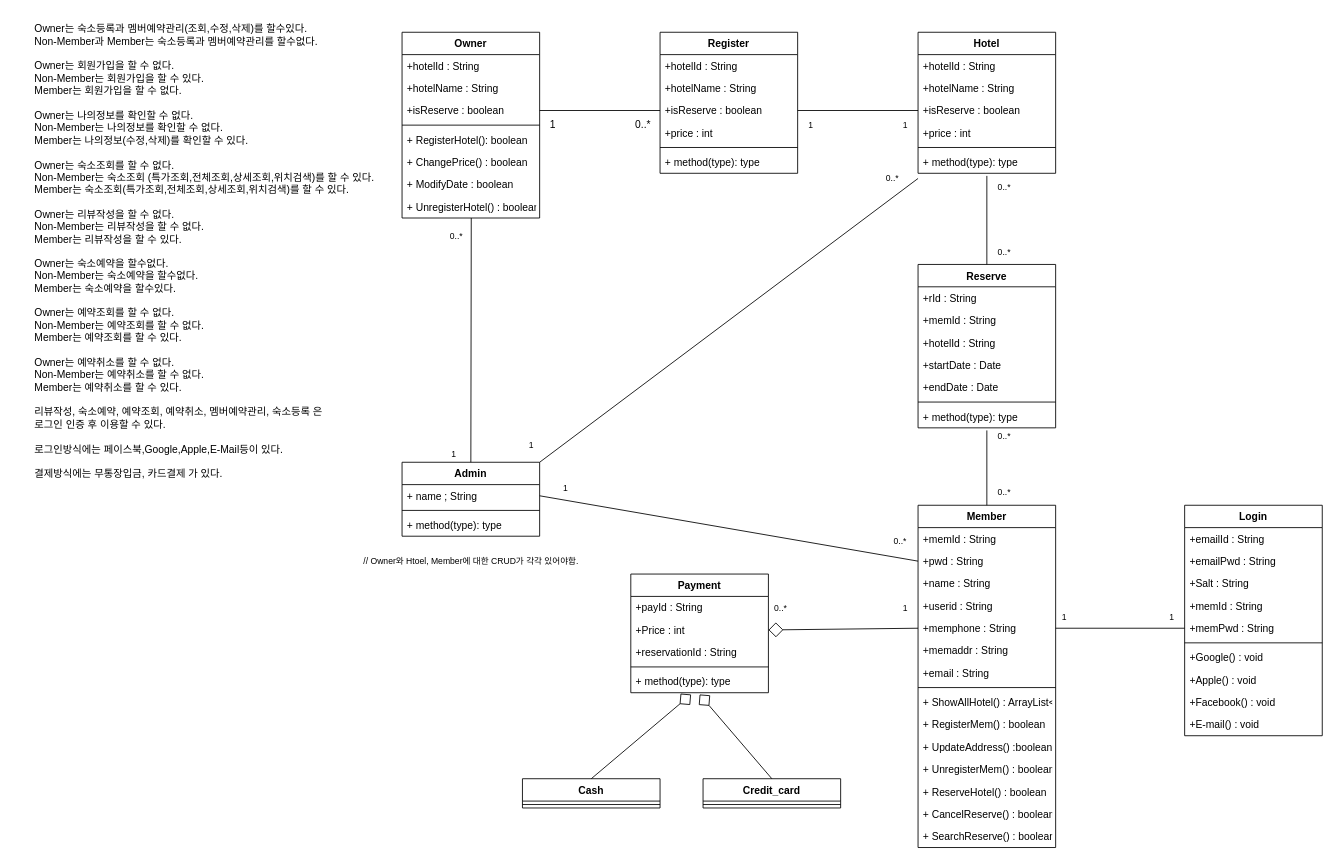
Before: page "CLASS DIAGRAM" (2 of 5) of src/HotelReservation_Diagram/HotelReservations.drawio in Anministar/JAVA_STUDYING, a draw.io diagram. Source tidied: cells renumbered, new cells numbered last; positions are measured from the earlier drawing's top-left corner, leaving out a move shared by most shapes. Both pictures are drawn from the tidied source at 86%, with x=0, y=0 at pixel (15, 15).
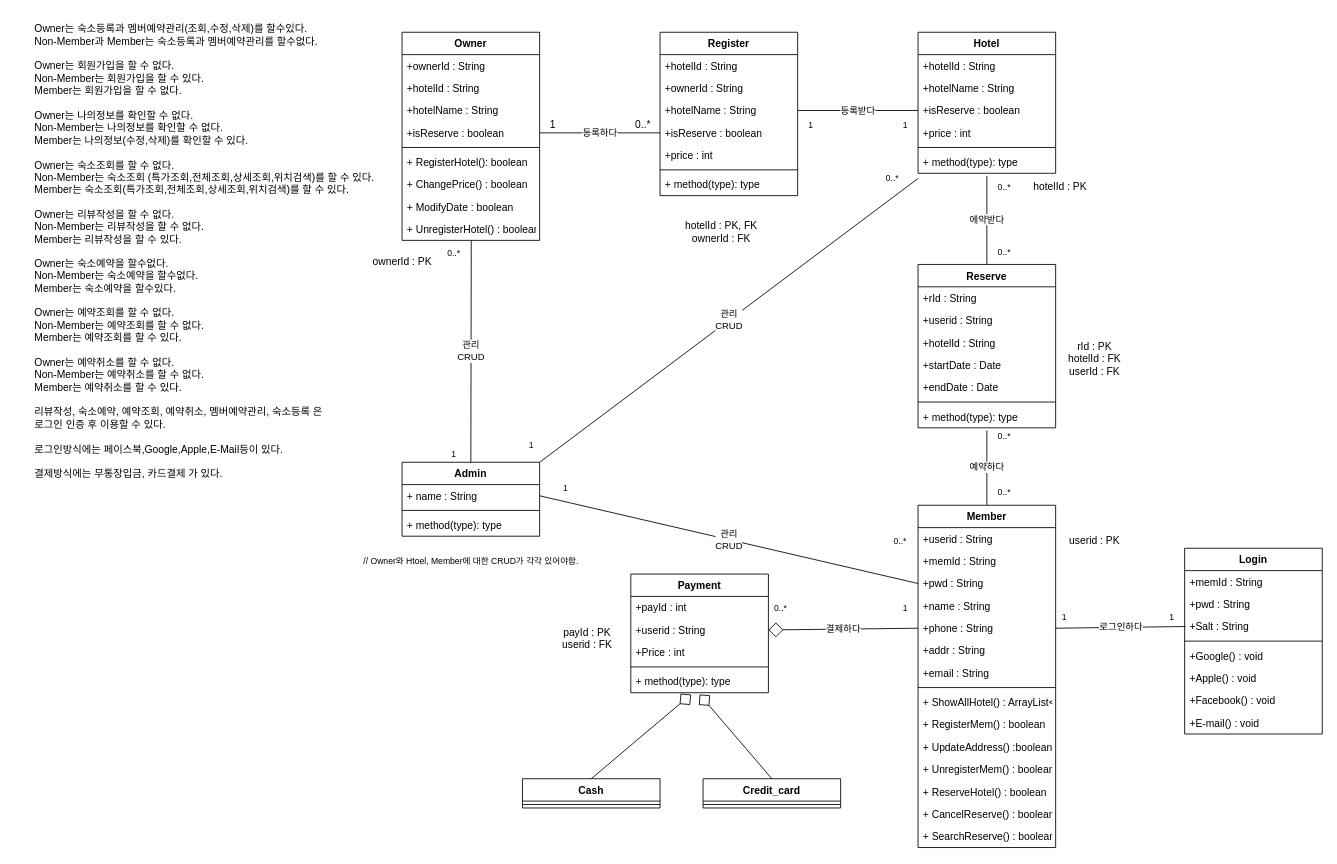
Above is the later version.

The change refers to these unchanged cells:
```xml
<mxCell id="3" value="Member" style="swimlane;fontStyle=1;align=center;verticalAlign=top;horizontal=1;startSize=26;" parent="1" vertex="1">
  <mxGeometry x="1050" y="570" width="160" height="398" as="geometry" />
</mxCell>
<mxCell id="22" value="+isReserve : boolean" style="text;strokeColor=none;fillColor=none;align=left;verticalAlign=top;spacingLeft=4;spacingRight=4;overflow=hidden;points=[[0,0.5],[1,0.5]];portConstraint=eastwest;" parent="19" vertex="1">
  <mxGeometry y="78" width="160" height="26" as="geometry" />
</mxCell>
<mxCell id="25" value="+ method(type): type" style="text;strokeColor=none;fillColor=none;align=left;verticalAlign=top;spacingLeft=4;spacingRight=4;overflow=hidden;points=[[0,0.5],[1,0.5]];portConstraint=eastwest;" parent="19" vertex="1">
  <mxGeometry y="138" width="160" height="26" as="geometry" />
</mxCell>
<mxCell id="26" value="Reserve" style="swimlane;fontStyle=1;align=center;verticalAlign=top;horizontal=1;startSize=26;" parent="1" vertex="1">
  <mxGeometry x="1050" y="290" width="160" height="190" as="geometry" />
</mxCell>
<mxCell id="33" value="+ method(type): type" style="text;strokeColor=none;fillColor=none;align=left;verticalAlign=top;spacingLeft=4;spacingRight=4;overflow=hidden;points=[[0,0.5],[1,0.5]];portConstraint=eastwest;" parent="26" vertex="1">
  <mxGeometry y="164" width="160" height="26" as="geometry" />
</mxCell>
<mxCell id="54" value="Payment" style="swimlane;fontStyle=1;align=center;verticalAlign=top;horizontal=1;startSize=26;" parent="1" vertex="1">
  <mxGeometry x="716" y="650" width="160" height="138" as="geometry" />
</mxCell>
<mxCell id="66" value="Admin" style="swimlane;fontStyle=1;align=center;verticalAlign=top;horizontal=1;startSize=26;" parent="1" vertex="1">
  <mxGeometry x="450" y="520" width="160" height="86" as="geometry" />
</mxCell>
<mxCell id="91" value="1" style="text;html=1;align=center;verticalAlign=middle;points=[];strokeColor=none;fillColor=none;fontSize=10;" parent="1" vertex="1">
  <mxGeometry x="1330" y="685" width="30" height="30" as="geometry" />
</mxCell>
```

Diff of the diagram source:
```diff
@@
+    <mxCell id="7" value="+userid : String" style="text;strokeColor=none;fillColor=none;align=left;verticalAlign=top;spacingLeft=4;spacingRight=4;overflow=hidden;" parent="3" vertex="1">
+      <mxGeometry y="26" width="160" height="26" as="geometry" />
+    </mxCell>
     <mxCell id="4" value="+memId : String" style="text;strokeColor=none;fillColor=none;align=left;verticalAlign=top;spacingLeft=4;spacingRight=4;overflow=hidden;" parent="3" vertex="1">
-      <mxGeometry y="26" width="160" height="26" as="geometry" />
+      <mxGeometry y="52" width="160" height="26" as="geometry" />
     </mxCell>
     <mxCell id="5" value="+pwd : String" style="text;strokeColor=none;fillColor=none;align=left;verticalAlign=top;spacingLeft=4;spacingRight=4;overflow=hidden;points=[[0,0.5],[1,0.5]];portConstraint=eastwest;" parent="3" vertex="1">
-      <mxGeometry y="52" width="160" height="26" as="geometry" />
+      <mxGeometry y="78" width="160" height="26" as="geometry" />
     </mxCell>
     <mxCell id="6" value="+name : String" style="text;strokeColor=none;fillColor=none;align=left;verticalAlign=top;spacingLeft=4;spacingRight=4;overflow=hidden;" parent="3" vertex="1">
-      <mxGeometry y="78" width="160" height="26" as="geometry" />
+      <mxGeometry y="104" width="160" height="26" as="geometry" />
     </mxCell>
-    <mxCell id="7" value="+userid : String" style="text;strokeColor=none;fillColor=none;align=left;verticalAlign=top;spacingLeft=4;spacingRight=4;overflow=hidden;" parent="3" vertex="1">
-      <mxGeometry y="104" width="160" height="26" as="geometry" />
-    </mxCell>
-    <mxCell id="8" value="+memphone : String" style="text;strokeColor=none;fillColor=none;align=left;verticalAlign=top;spacingLeft=4;spacingRight=4;overflow=hidden;points=[[0,0.5],[1,0.5]];portConstraint=eastwest;" parent="3" vertex="1">
+    <mxCell id="8" value="+phone : String" style="text;strokeColor=none;fillColor=none;align=left;verticalAlign=top;spacingLeft=4;spacingRight=4;overflow=hidden;points=[[0,0.5],[1,0.5]];portConstraint=eastwest;" parent="3" vertex="1">
       <mxGeometry y="130" width="160" height="26" as="geometry" />
     </mxCell>
-    <mxCell id="9" value="+memaddr : String" style="text;strokeColor=none;fillColor=none;align=left;verticalAlign=top;spacingLeft=4;spacingRight=4;overflow=hidden;" parent="3" vertex="1">
+    <mxCell id="9" value="+addr : String" style="text;strokeColor=none;fillColor=none;align=left;verticalAlign=top;spacingLeft=4;spacingRight=4;overflow=hidden;" parent="3" vertex="1">
       <mxGeometry y="156" width="160" height="26" as="geometry" />
     </mxCell>
@@
-    <mxCell id="28" value="+memId : String" style="text;strokeColor=none;fillColor=none;align=left;verticalAlign=top;spacingLeft=4;spacingRight=4;overflow=hidden;" parent="26" vertex="1">
+    <mxCell id="28" value="+userid : String" style="text;strokeColor=none;fillColor=none;align=left;verticalAlign=top;spacingLeft=4;spacingRight=4;overflow=hidden;" parent="26" vertex="1">
       <mxGeometry y="52" width="160" height="26" as="geometry" />
     </mxCell>
@@
     <mxCell id="34" value="Login" style="swimlane;fontStyle=1;align=center;verticalAlign=top;horizontal=1;startSize=26;" parent="1" vertex="1">
-      <mxGeometry x="1360" y="570" width="160" height="268" as="geometry" />
+      <mxGeometry x="1360" y="620" width="160" height="216" as="geometry" />
     </mxCell>
-    <mxCell id="35" value="+emailId : String" style="text;strokeColor=none;fillColor=none;align=left;verticalAlign=top;spacingLeft=4;spacingRight=4;overflow=hidden;" parent="34" vertex="1">
-      <mxGeometry y="26" width="160" height="26" as="geometry" />
-    </mxCell>
-    <mxCell id="36" value="+emailPwd : String" style="text;strokeColor=none;fillColor=none;align=left;verticalAlign=top;spacingLeft=4;spacingRight=4;overflow=hidden;" parent="34" vertex="1">
-      <mxGeometry y="52" width="160" height="26" as="geometry" />
-    </mxCell>
-    <mxCell id="37" value="+Salt : String" style="text;strokeColor=none;fillColor=none;align=left;verticalAlign=top;spacingLeft=4;spacingRight=4;overflow=hidden;" parent="34" vertex="1">
-      <mxGeometry y="78" width="160" height="26" as="geometry" />
-    </mxCell>
     <mxCell id="38" value="+memId : String" style="text;strokeColor=none;fillColor=none;align=left;verticalAlign=top;spacingLeft=4;spacingRight=4;overflow=hidden;" parent="34" vertex="1">
-      <mxGeometry y="104" width="160" height="26" as="geometry" />
+      <mxGeometry y="26" width="160" height="26" as="geometry" />
     </mxCell>
-    <mxCell id="39" value="+memPwd : String" style="text;strokeColor=none;fillColor=none;align=left;verticalAlign=top;spacingLeft=4;spacingRight=4;overflow=hidden;points=[[0,0.5],[1,0.5]];portConstraint=eastwest;" parent="34" vertex="1">
-      <mxGeometry y="130" width="160" height="26" as="geometry" />
+    <mxCell id="39" value="+pwd : String" style="text;strokeColor=none;fillColor=none;align=left;verticalAlign=top;spacingLeft=4;spacingRight=4;overflow=hidden;points=[[0,0.5],[1,0.5]];portConstraint=eastwest;" parent="34" vertex="1">
+      <mxGeometry y="52" width="160" height="26" as="geometry" />
     </mxCell>
+    <mxCell id="37" value="+Salt : String" style="text;strokeColor=none;fillColor=none;align=left;verticalAlign=top;spacingLeft=4;spacingRight=4;overflow=hidden;" parent="34" vertex="1">
+      <mxGeometry y="78" width="160" height="26" as="geometry" />
+    </mxCell>
     <mxCell id="40" style="line;strokeWidth=1;fillColor=none;align=left;verticalAlign=middle;spacingTop=-1;spacingLeft=3;spacingRight=3;labelPosition=right;strokeColor=inherit;" parent="34" vertex="1">
-      <mxGeometry y="156" width="160" height="8" as="geometry" />
+      <mxGeometry y="104" width="160" height="8" as="geometry" />
     </mxCell>
     <mxCell id="41" value="+Google() : void" style="text;strokeColor=none;fillColor=none;align=left;verticalAlign=top;spacingLeft=4;spacingRight=4;overflow=hidden;" parent="34" vertex="1">
-      <mxGeometry y="164" width="160" height="26" as="geometry" />
+      <mxGeometry y="112" width="160" height="26" as="geometry" />
     </mxCell>
     <mxCell id="42" value="+Apple() : void" style="text;strokeColor=none;fillColor=none;align=left;verticalAlign=top;spacingLeft=4;spacingRight=4;overflow=hidden;" parent="34" vertex="1">
-      <mxGeometry y="190" width="160" height="26" as="geometry" />
+      <mxGeometry y="138" width="160" height="26" as="geometry" />
     </mxCell>
     <mxCell id="43" value="+Facebook() : void" style="text;strokeColor=none;fillColor=none;align=left;verticalAlign=top;spacingLeft=4;spacingRight=4;overflow=hidden;" parent="34" vertex="1">
-      <mxGeometry y="216" width="160" height="26" as="geometry" />
+      <mxGeometry y="164" width="160" height="26" as="geometry" />
     </mxCell>
     <mxCell id="44" value="+E-mail() : void" style="text;strokeColor=none;fillColor=none;align=left;verticalAlign=top;spacingLeft=4;spacingRight=4;overflow=hidden;" parent="34" vertex="1">
-      <mxGeometry y="242" width="160" height="26" as="geometry" />
+      <mxGeometry y="190" width="160" height="26" as="geometry" />
     </mxCell>
     <mxCell id="45" value="Owner" style="swimlane;fontStyle=1;align=center;verticalAlign=top;horizontal=1;startSize=26;" parent="1" vertex="1">
-      <mxGeometry x="450" y="20" width="160" height="216" as="geometry" />
+      <mxGeometry x="450" y="20" width="160" height="242" as="geometry" />
     </mxCell>
+    <mxCell id="105" value="+ownerId : String" style="text;strokeColor=none;fillColor=none;align=left;verticalAlign=top;spacingLeft=4;spacingRight=4;overflow=hidden;" parent="45" vertex="1">
+      <mxGeometry y="26" width="160" height="26" as="geometry" />
+    </mxCell>
     <mxCell id="46" value="+hotelId : String" style="text;strokeColor=none;fillColor=none;align=left;verticalAlign=top;spacingLeft=4;spacingRight=4;overflow=hidden;" parent="45" vertex="1">
-      <mxGeometry y="26" width="160" height="26" as="geometry" />
+      <mxGeometry y="52" width="160" height="26" as="geometry" />
     </mxCell>
     <mxCell id="47" value="+hotelName : String" style="text;strokeColor=none;fillColor=none;align=left;verticalAlign=top;spacingLeft=4;spacingRight=4;overflow=hidden;" parent="45" vertex="1">
-      <mxGeometry y="52" width="160" height="26" as="geometry" />
+      <mxGeometry y="78" width="160" height="26" as="geometry" />
     </mxCell>
     <mxCell id="48" value="+isReserve : boolean" style="text;strokeColor=none;fillColor=none;align=left;verticalAlign=top;spacingLeft=4;spacingRight=4;overflow=hidden;points=[[0,0.5],[1,0.5]];portConstraint=eastwest;" parent="45" vertex="1">
-      <mxGeometry y="78" width="160" height="26" as="geometry" />
+      <mxGeometry y="104" width="160" height="26" as="geometry" />
     </mxCell>
     <mxCell id="49" style="line;strokeWidth=1;fillColor=none;align=left;verticalAlign=middle;spacingTop=-1;spacingLeft=3;spacingRight=3;labelPosition=right;strokeColor=inherit;" parent="45" vertex="1">
-      <mxGeometry y="104" width="160" height="8" as="geometry" />
+      <mxGeometry y="130" width="160" height="8" as="geometry" />
     </mxCell>
     <mxCell id="50" value="+ RegisterHotel(): boolean" style="text;strokeColor=none;fillColor=none;align=left;verticalAlign=top;spacingLeft=4;spacingRight=4;overflow=hidden;" parent="45" vertex="1">
-      <mxGeometry y="112" width="160" height="26" as="geometry" />
+      <mxGeometry y="138" width="160" height="26" as="geometry" />
     </mxCell>
     <mxCell id="51" value="+ ChangePrice() : boolean" style="text;strokeColor=none;fillColor=none;align=left;verticalAlign=top;spacingLeft=4;spacingRight=4;overflow=hidden;" parent="45" vertex="1">
-      <mxGeometry y="138" width="160" height="26" as="geometry" />
+      <mxGeometry y="164" width="160" height="26" as="geometry" />
     </mxCell>
     <mxCell id="52" value="+ ModifyDate : boolean" style="text;strokeColor=none;fillColor=none;align=left;verticalAlign=top;spacingLeft=4;spacingRight=4;overflow=hidden;" parent="45" vertex="1">
-      <mxGeometry y="164" width="160" height="26" as="geometry" />
+      <mxGeometry y="190" width="160" height="26" as="geometry" />
     </mxCell>
     <mxCell id="53" value="+ UnregisterHotel() : boolean" style="text;strokeColor=none;fillColor=none;align=left;verticalAlign=top;spacingLeft=4;spacingRight=4;overflow=hidden;points=[[0,0.5],[1,0.5]];portConstraint=eastwest;" parent="45" vertex="1">
-      <mxGeometry y="190" width="160" height="26" as="geometry" />
+      <mxGeometry y="216" width="160" height="26" as="geometry" />
     </mxCell>
@@
-    <mxCell id="55" value="+payId : String" style="text;strokeColor=none;fillColor=none;align=left;verticalAlign=top;spacingLeft=4;spacingRight=4;overflow=hidden;" parent="54" vertex="1">
+    <mxCell id="55" value="+payId : int" style="text;strokeColor=none;fillColor=none;align=left;verticalAlign=top;spacingLeft=4;spacingRight=4;overflow=hidden;" parent="54" vertex="1">
       <mxGeometry y="26" width="160" height="26" as="geometry" />
     </mxCell>
+    <mxCell id="57" value="+userid : String" style="text;strokeColor=none;fillColor=none;align=left;verticalAlign=top;spacingLeft=4;spacingRight=4;overflow=hidden;points=[[0,0.5],[1,0.5]];portConstraint=eastwest;" parent="54" vertex="1">
+      <mxGeometry y="52" width="160" height="26" as="geometry" />
+    </mxCell>
     <mxCell id="56" value="+Price : int" style="text;strokeColor=none;fillColor=none;align=left;verticalAlign=top;spacingLeft=4;spacingRight=4;overflow=hidden;points=[[0,0.5],[1,0.5]];portConstraint=eastwest;" parent="54" vertex="1">
-      <mxGeometry y="52" width="160" height="26" as="geometry" />
+      <mxGeometry y="78" width="160" height="26" as="geometry" />
     </mxCell>
-    <mxCell id="57" value="+reservationId : String" style="text;strokeColor=none;fillColor=none;align=left;verticalAlign=top;spacingLeft=4;spacingRight=4;overflow=hidden;points=[[0,0.5],[1,0.5]];portConstraint=eastwest;" parent="54" vertex="1">
-      <mxGeometry y="78" width="160" height="26" as="geometry" />
-    </mxCell>
@@
-    <mxCell id="67" value="+ name ; String" style="text;strokeColor=none;fillColor=none;align=left;verticalAlign=top;spacingLeft=4;spacingRight=4;overflow=hidden;points=[[0,0.5],[1,0.5]];portConstraint=eastwest;" parent="66" vertex="1">
+    <mxCell id="67" value="+ name : String" style="text;strokeColor=none;fillColor=none;align=left;verticalAlign=top;spacingLeft=4;spacingRight=4;overflow=hidden;points=[[0,0.5],[1,0.5]];portConstraint=eastwest;" parent="66" vertex="1">
       <mxGeometry y="26" width="160" height="26" as="geometry" />
     </mxCell>
@@
     <mxCell id="70" value="Register" style="swimlane;fontStyle=1;align=center;verticalAlign=top;horizontal=1;startSize=26;" parent="1" vertex="1">
-      <mxGeometry x="750" y="20" width="160" height="164" as="geometry" />
+      <mxGeometry x="750" y="20" width="160" height="190" as="geometry" />
     </mxCell>
@@
+    <mxCell id="106" value="+ownerId : String" style="text;strokeColor=none;fillColor=none;align=left;verticalAlign=top;spacingLeft=4;spacingRight=4;overflow=hidden;" parent="70" vertex="1">
+      <mxGeometry y="52" width="160" height="26" as="geometry" />
+    </mxCell>
     <mxCell id="72" value="+hotelName : String" style="text;strokeColor=none;fillColor=none;align=left;verticalAlign=top;spacingLeft=4;spacingRight=4;overflow=hidden;points=[[0,0.5],[1,0.5]];portConstraint=eastwest;" parent="70" vertex="1">
-      <mxGeometry y="52" width="160" height="26" as="geometry" />
+      <mxGeometry y="78" width="160" height="26" as="geometry" />
     </mxCell>
     <mxCell id="73" value="+isReserve : boolean" style="text;strokeColor=none;fillColor=none;align=left;verticalAlign=top;spacingLeft=4;spacingRight=4;overflow=hidden;points=[[0,0.5],[1,0.5]];portConstraint=eastwest;" parent="70" vertex="1">
-      <mxGeometry y="78" width="160" height="26" as="geometry" />
+      <mxGeometry y="104" width="160" height="26" as="geometry" />
     </mxCell>
     <mxCell id="74" value="+price : int" style="text;strokeColor=none;fillColor=none;align=left;verticalAlign=top;spacingLeft=4;spacingRight=4;overflow=hidden;" parent="70" vertex="1">
-      <mxGeometry y="104" width="160" height="26" as="geometry" />
+      <mxGeometry y="130" width="160" height="26" as="geometry" />
     </mxCell>
     <mxCell id="75" style="line;strokeWidth=1;fillColor=none;align=left;verticalAlign=middle;spacingTop=-1;spacingLeft=3;spacingRight=3;labelPosition=right;strokeColor=inherit;" parent="70" vertex="1">
-      <mxGeometry y="130" width="160" height="8" as="geometry" />
+      <mxGeometry y="156" width="160" height="8" as="geometry" />
     </mxCell>
     <mxCell id="76" value="+ method(type): type" style="text;strokeColor=none;fillColor=none;align=left;verticalAlign=top;spacingLeft=4;spacingRight=4;overflow=hidden;" parent="70" vertex="1">
-      <mxGeometry y="138" width="160" height="26" as="geometry" />
+      <mxGeometry y="164" width="160" height="26" as="geometry" />
     </mxCell>
-    <mxCell id="77" style="endArrow=none;html=1;rounded=0;exitX=1;exitY=0.5;exitDx=0;exitDy=0;entryX=0;entryY=0.5;entryDx=0;entryDy=0;" parent="1" edge="1" source="48" target="73">
+    <mxCell id="77" value="등록하다" style="endArrow=none;html=1;rounded=0;exitX=1;exitY=0.5;exitDx=0;exitDy=0;entryX=0;entryY=0.5;entryDx=0;entryDy=0;" parent="1" edge="1" source="48" target="73">
       <mxGeometry relative="1" as="geometry" />
     </mxCell>
@@
-    <mxCell id="80" style="endArrow=none;html=1;rounded=0;exitX=1;exitY=0.5;exitDx=0;exitDy=0;entryX=0;entryY=0.5;entryDx=0;entryDy=0;" parent="1" edge="1" source="73" target="22">
+    <mxCell id="80" value="등록받다" style="endArrow=none;html=1;rounded=0;exitX=1;exitY=0.5;exitDx=0;exitDy=0;entryX=0;entryY=0.5;entryDx=0;entryDy=0;" parent="1" edge="1" source="72" target="22">
       <mxGeometry relative="1" as="geometry" />
     </mxCell>
@@
-    <mxCell id="83" style="endArrow=none;html=1;rounded=0;exitX=0.5;exitY=0;exitDx=0;exitDy=0;entryX=0.5;entryY=1.115;entryDx=0;entryDy=0;entryPerimeter=0;" parent="1" edge="1" source="26" target="25">
+    <mxCell id="83" value="에약받다" style="endArrow=none;html=1;rounded=0;exitX=0.5;exitY=0;exitDx=0;exitDy=0;entryX=0.5;entryY=1.115;entryDx=0;entryDy=0;entryPerimeter=0;" parent="1" edge="1" source="26" target="25">
       <mxGeometry relative="1" as="geometry" />
     </mxCell>
@@
-    <mxCell id="86" style="endArrow=none;html=1;rounded=0;exitX=0.5;exitY=0;exitDx=0;exitDy=0;entryX=0.5;entryY=1.115;entryDx=0;entryDy=0;entryPerimeter=0;" parent="1" edge="1" source="3" target="33">
+    <mxCell id="86" value="예약하다" style="endArrow=none;html=1;rounded=0;exitX=0.5;exitY=0;exitDx=0;exitDy=0;entryX=0.5;entryY=1.115;entryDx=0;entryDy=0;entryPerimeter=0;" parent="1" edge="1" source="3" target="33">
       <mxGeometry relative="1" as="geometry" />
     </mxCell>
@@
-    <mxCell id="89" style="endArrow=none;html=1;rounded=0;exitX=1;exitY=0.5;exitDx=0;exitDy=0;entryX=0;entryY=0.5;entryDx=0;entryDy=0;" parent="1" edge="1" source="8" target="39">
+    <mxCell id="89" value="로그인하다" style="endArrow=none;html=1;rounded=0;exitX=1;exitY=0.5;exitDx=0;exitDy=0;entryX=1.033;entryY=0.867;entryDx=0;entryDy=0;entryPerimeter=0;" parent="1" edge="1" source="8" target="91">
       <mxGeometry relative="1" as="geometry" />
     </mxCell>
@@
-    <mxCell id="92" style="endArrow=diamond;html=1;rounded=0;entryX=1;entryY=0.5;entryDx=0;entryDy=0;exitX=0;exitY=0.5;exitDx=0;exitDy=0;endFill=0;endSize=15;" parent="1" edge="1" source="8" target="56">
+    <mxCell id="92" value="결제하다" style="endArrow=diamond;html=1;rounded=0;entryX=1;entryY=0.5;entryDx=0;entryDy=0;exitX=0;exitY=0.5;exitDx=0;exitDy=0;endFill=0;endSize=15;" parent="1" edge="1" source="8" target="57">
       <mxGeometry relative="1" as="geometry" />
     </mxCell>
@@
-    <mxCell id="96" style="endArrow=none;html=1;rounded=0;exitX=0.5;exitY=0;exitDx=0;exitDy=0;entryX=0.503;entryY=1;entryDx=0;entryDy=0;entryPerimeter=0;" parent="1" edge="1" source="66" target="53">
+    <mxCell id="96" value="관리&lt;br&gt;CRUD" style="endArrow=none;html=1;rounded=0;exitX=0.5;exitY=0;exitDx=0;exitDy=0;entryX=0.503;entryY=1;entryDx=0;entryDy=0;entryPerimeter=0;" parent="1" edge="1" source="66" target="53">
       <mxGeometry relative="1" as="geometry" />
     </mxCell>
-    <mxCell id="97" style="endArrow=none;html=1;rounded=0;exitX=1;exitY=0;exitDx=0;exitDy=0;entryX=0;entryY=1.231;entryDx=0;entryDy=0;entryPerimeter=0;" parent="1" edge="1" source="66" target="25">
+    <mxCell id="97" value="관리&lt;br&gt;CRUD" style="endArrow=none;html=1;rounded=0;exitX=1;exitY=0;exitDx=0;exitDy=0;entryX=0;entryY=1.231;entryDx=0;entryDy=0;entryPerimeter=0;" parent="1" edge="1" source="66" target="25">
       <mxGeometry relative="1" as="geometry" />
     </mxCell>
-    <mxCell id="98" style="endArrow=none;html=1;rounded=0;exitX=1;exitY=0.5;exitDx=0;exitDy=0;entryX=0;entryY=0.5;entryDx=0;entryDy=0;" parent="1" edge="1" source="67" target="5">
+    <mxCell id="98" value="관리&lt;br&gt;CRUD" style="endArrow=none;html=1;rounded=0;exitX=1;exitY=0.5;exitDx=0;exitDy=0;entryX=0;entryY=0.5;entryDx=0;entryDy=0;" parent="1" edge="1" source="67" target="5">
       <mxGeometry relative="1" as="geometry" />
     </mxCell>
@@
     <mxCell id="100" value="0..*" style="text;html=1;align=center;verticalAlign=middle;strokeColor=none;fillColor=none;fontSize=10;" parent="1" vertex="1">
-      <mxGeometry x="493" y="242" width="40" height="30" as="geometry" />
+      <mxGeometry x="490" y="262" width="40" height="30" as="geometry" />
     </mxCell>
@@
+    <mxCell id="107" value="hotelId : PK, FK&lt;br&gt;ownerId : FK" style="text;html=1;align=center;verticalAlign=middle;strokeColor=none;fillColor=none;" parent="1" vertex="1">
+      <mxGeometry x="766" y="232" width="110" height="40" as="geometry" />
+    </mxCell>
+    <mxCell id="108" value="ownerId : PK" style="text;html=1;align=center;verticalAlign=middle;strokeColor=none;fillColor=none;" parent="1" vertex="1">
+      <mxGeometry x="405" y="272" width="90" height="30" as="geometry" />
+    </mxCell>
+    <mxCell id="109" value="hotelId : PK" style="text;html=1;align=center;verticalAlign=middle;strokeColor=none;fillColor=none;" parent="1" vertex="1">
+      <mxGeometry x="1170" y="185" width="90" height="30" as="geometry" />
+    </mxCell>
+    <mxCell id="110" value="rId : PK&lt;br&gt;hotelId : FK&lt;br&gt;userId : FK" style="text;html=1;align=center;verticalAlign=middle;strokeColor=none;fillColor=none;" parent="1" vertex="1">
+      <mxGeometry x="1215" y="370" width="80" height="60" as="geometry" />
+    </mxCell>
+    <mxCell id="111" value="userid : PK" style="text;html=1;align=center;verticalAlign=middle;strokeColor=none;fillColor=none;" parent="1" vertex="1">
+      <mxGeometry x="1215" y="597" width="80" height="30" as="geometry" />
+    </mxCell>
+    <mxCell id="112" value="payId : PK&lt;br&gt;userid : FK" style="text;html=1;align=center;verticalAlign=middle;strokeColor=none;fillColor=none;" parent="1" vertex="1">
+      <mxGeometry x="625" y="705" width="80" height="40" as="geometry" />
+    </mxCell>
```
